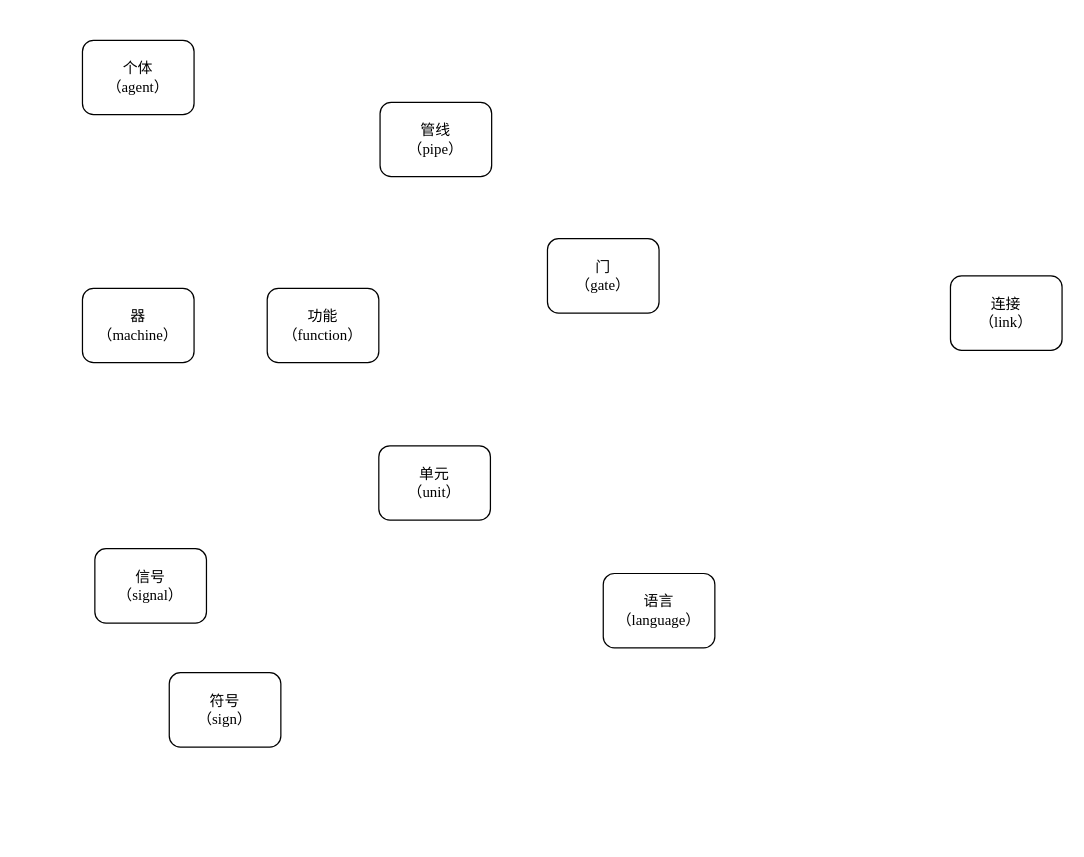
This is page "术语" (4 of 4) of Analyse/ComplexAgentsSystem/CAS框架.drawio from EntelechySystem/EntelechySystem_theory, a draw.io file, before an edit. Source tidied: cells renumbered, new cells numbered last; positions are measured from the earlier drawing's top-left corner, leaving out a move shared by most shapes. Both pictures are drawn from the tidied source at 124%, with x=0, y=0 at pixel (82, 40).
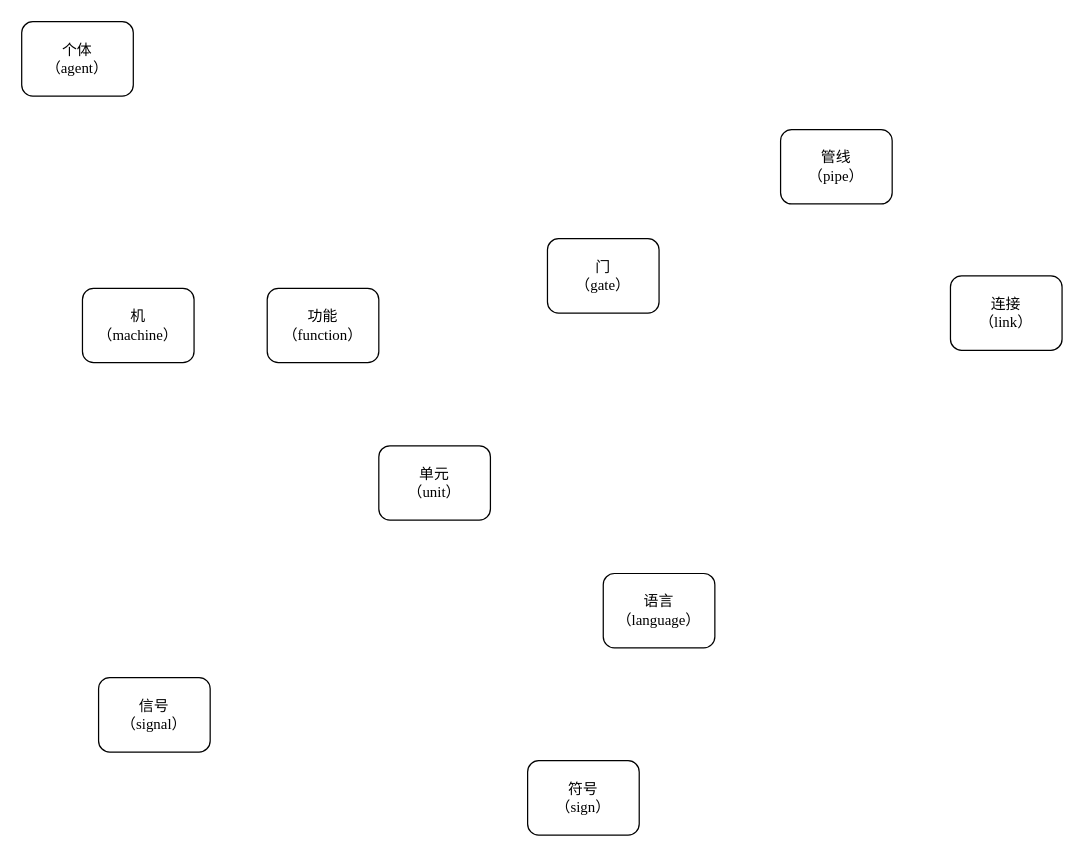
The same diagram, later.

The edit, as a diff of the source:
```diff
@@
 <mxGraphModel>
   <root>
     <mxCell id="0" />
     <mxCell id="1" parent="0" />
     <mxCell id="2" value="个体&lt;br&gt;（agent）" style="rounded=1;whiteSpace=wrap;html=1;fontFamily=Times New Roman;" parent="1" vertex="1">
-      <mxGeometry width="90" height="60" as="geometry" />
+      <mxGeometry x="-49" y="-15" width="90" height="60" as="geometry" />
     </mxCell>
-    <mxCell id="3" value="器&lt;br&gt;（machine）" style="rounded=1;whiteSpace=wrap;html=1;fontFamily=Times New Roman;" parent="1" vertex="1">
+    <mxCell id="3" value="机&lt;br&gt;（machine）" style="rounded=1;whiteSpace=wrap;html=1;fontFamily=Times New Roman;" parent="1" vertex="1">
       <mxGeometry y="200" width="90" height="60" as="geometry" />
     </mxCell>
     <mxCell id="4" value="门&lt;br&gt;（gate）" style="rounded=1;whiteSpace=wrap;html=1;fontFamily=Times New Roman;" parent="1" vertex="1">
       <mxGeometry x="375" y="160" width="90" height="60" as="geometry" />
     </mxCell>
     <mxCell id="5" value="单元&lt;br&gt;（unit）" style="rounded=1;whiteSpace=wrap;html=1;fontFamily=Times New Roman;" parent="1" vertex="1">
       <mxGeometry x="239" y="327" width="90" height="60" as="geometry" />
     </mxCell>
     <mxCell id="6" value="语言&lt;br&gt;（language）" style="rounded=1;whiteSpace=wrap;html=1;fontFamily=Times New Roman;" parent="1" vertex="1">
       <mxGeometry x="420" y="430" width="90" height="60" as="geometry" />
     </mxCell>
     <mxCell id="7" value="信号&lt;br&gt;（signal）" style="rounded=1;whiteSpace=wrap;html=1;fontFamily=Times New Roman;" parent="1" vertex="1">
-      <mxGeometry x="10" y="410" width="90" height="60" as="geometry" />
+      <mxGeometry x="13" y="514" width="90" height="60" as="geometry" />
     </mxCell>
     <mxCell id="8" value="符号&lt;br&gt;（sign）" style="rounded=1;whiteSpace=wrap;html=1;fontFamily=Times New Roman;" parent="1" vertex="1">
-      <mxGeometry x="70" y="510" width="90" height="60" as="geometry" />
+      <mxGeometry x="359" y="581" width="90" height="60" as="geometry" />
     </mxCell>
     <mxCell id="9" value="功能&lt;br&gt;（function）" style="rounded=1;whiteSpace=wrap;html=1;fontFamily=Times New Roman;" parent="1" vertex="1">
       <mxGeometry x="149" y="200" width="90" height="60" as="geometry" />
     </mxCell>
     <mxCell id="10" value="管线&lt;br&gt;（pipe）" style="rounded=1;whiteSpace=wrap;html=1;fontFamily=Times New Roman;" parent="1" vertex="1">
-      <mxGeometry x="240" y="50" width="90" height="60" as="geometry" />
+      <mxGeometry x="563" y="72" width="90" height="60" as="geometry" />
     </mxCell>
     <mxCell id="11" value="连接&lt;br&gt;（link）" style="rounded=1;whiteSpace=wrap;html=1;fontFamily=Times New Roman;" parent="1" vertex="1">
       <mxGeometry x="700" y="190" width="90" height="60" as="geometry" />
     </mxCell>
   </root>
 </mxGraphModel>
```
